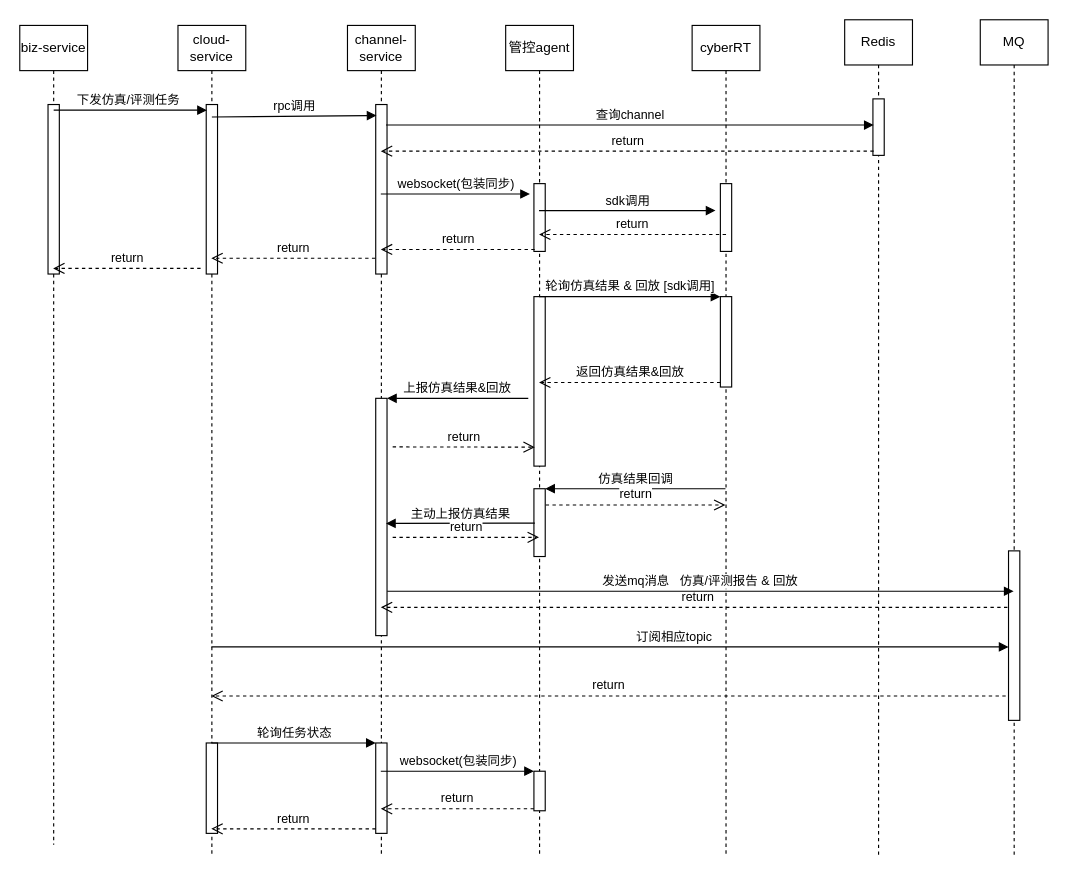
The draw.io diagram page "第 0 页" (1 of 6) of 调度时序图.drawio in adwars/adwars, before the edit. Source tidied: cells renumbered, new cells numbered last; positions are measured from the earlier drawing's top-left corner, leaving out a move shared by most shapes. Both pictures are drawn from the tidied source at 113%, with x=0, y=0 at pixel (19, 19).
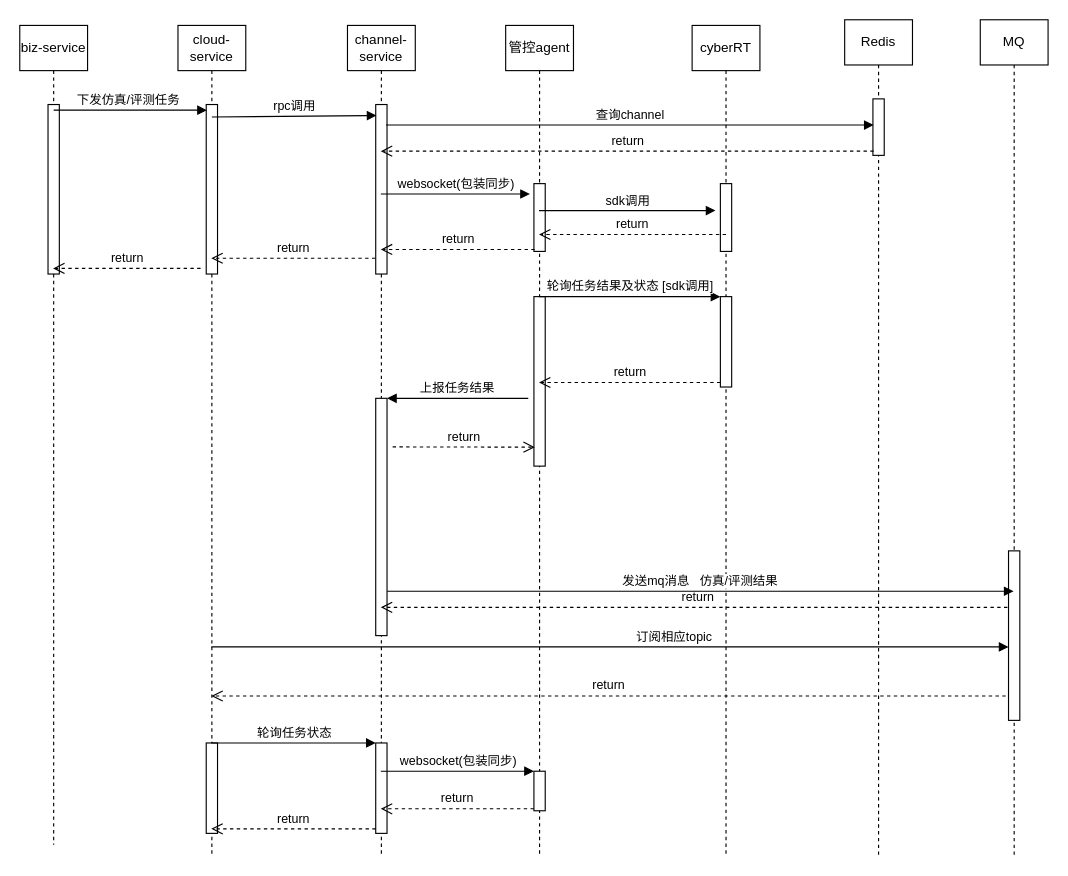
The same page after the edit.

The change refers to these unchanged cells:
```xml
<mxCell id="7" style="html=1;points=[];perimeter=orthogonalPerimeter;" parent="5" vertex="1">
  <mxGeometry x="25" y="330" width="10" height="210" as="geometry" />
</mxCell>
<mxCell id="9" value="管控agent" style="shape=umlLifeline;perimeter=lifelinePerimeter;whiteSpace=wrap;html=1;outlineConnect=0;" parent="1" vertex="1">
  <mxGeometry x="430" y="5" width="60" height="735" as="geometry" />
</mxCell>
<mxCell id="14" value="cyberRT" style="shape=umlLifeline;perimeter=lifelinePerimeter;whiteSpace=wrap;html=1;outlineConnect=0;" parent="1" vertex="1">
  <mxGeometry x="595" y="5" width="60" height="735" as="geometry" />
</mxCell>
<mxCell id="16" style="html=1;points=[];perimeter=orthogonalPerimeter;" parent="14" vertex="1">
  <mxGeometry x="25" y="240" width="10" height="80" as="geometry" />
</mxCell>
<mxCell id="40" value="MQ" style="shape=umlLifeline;perimeter=lifelinePerimeter;whiteSpace=wrap;html=1;outlineConnect=0;" parent="1" vertex="1">
  <mxGeometry x="850" width="60" height="740" as="geometry" />
</mxCell>
```

Diff of the diagram source:
```diff
@@
-    <mxCell id="12" style="html=1;points=[];perimeter=orthogonalPerimeter;" parent="9" vertex="1">
-      <mxGeometry x="25" y="410" width="10" height="60" as="geometry" />
-    </mxCell>
@@
-    <mxCell id="25" value="轮询仿真结果 &amp;amp; 回放 [sdk调用]" style="html=1;verticalAlign=bottom;endArrow=block;entryX=0;entryY=0;rounded=0;" parent="1" edge="1" source="9" target="16">
+    <mxCell id="25" value="轮询任务结果及状态 [sdk调用]" style="html=1;verticalAlign=bottom;endArrow=block;entryX=0;entryY=0;rounded=0;" parent="1" edge="1" source="9" target="16">
       <mxGeometry relative="1" as="geometry" />
     </mxCell>
-    <mxCell id="26" value="返回仿真结果&amp;amp;回放" style="html=1;verticalAlign=bottom;endArrow=open;dashed=1;endSize=8;exitX=0;exitY=0.95;rounded=0;" parent="1" edge="1" source="16" target="9">
+    <mxCell id="26" value="return" style="html=1;verticalAlign=bottom;endArrow=open;dashed=1;endSize=8;exitX=0;exitY=0.95;rounded=0;" parent="1" edge="1" source="16" target="9">
       <mxGeometry relative="1" as="geometry" />
     </mxCell>
-    <mxCell id="27" value="上报仿真结果&amp;amp;回放" style="html=1;verticalAlign=bottom;endArrow=block;entryX=1;entryY=0;rounded=0;endSize=6;startSize=6;" parent="1" edge="1" target="7">
+    <mxCell id="27" value="上报任务结果" style="html=1;verticalAlign=bottom;endArrow=block;entryX=1;entryY=0;rounded=0;endSize=6;startSize=6;" parent="1" edge="1" target="7">
       <mxGeometry relative="1" as="geometry">
         <mxPoint x="450" y="335" as="sourcePoint" />
       </mxGeometry>
     </mxCell>
@@
-    <mxCell id="32" value="仿真结果回调" style="html=1;verticalAlign=bottom;endArrow=block;entryX=1;entryY=0;rounded=0;" parent="1" edge="1" source="14" target="12">
-      <mxGeometry relative="1" as="geometry" />
-    </mxCell>
-    <mxCell id="33" value="return" style="html=1;verticalAlign=bottom;endArrow=open;dashed=1;endSize=8;rounded=0;exitX=1.04;exitY=0.24;exitDx=0;exitDy=0;exitPerimeter=0;" parent="1" edge="1" source="12" target="14">
-      <mxGeometry relative="1" as="geometry" />
-    </mxCell>
-    <mxCell id="34" value="主动上报仿真结果" style="html=1;verticalAlign=bottom;endArrow=block;rounded=0;exitX=0.08;exitY=0.507;exitDx=0;exitDy=0;exitPerimeter=0;entryX=0.911;entryY=0.527;entryDx=0;entryDy=0;entryPerimeter=0;" parent="1" edge="1" source="12" target="7">
-      <mxGeometry relative="1" as="geometry" />
-    </mxCell>
-    <mxCell id="35" value="return" style="html=1;verticalAlign=bottom;endArrow=open;dashed=1;endSize=8;rounded=0;" parent="1" edge="1" target="9">
-      <mxGeometry relative="1" as="geometry">
-        <mxPoint x="330" y="458" as="sourcePoint" />
-      </mxGeometry>
-    </mxCell>
@@
-    <mxCell id="44" value="发送mq消息&amp;nbsp; &amp;nbsp;仿真/评测报告 &amp;amp; 回放" style="html=1;verticalAlign=bottom;endArrow=block;rounded=0;startSize=6;endSize=6;exitX=1.016;exitY=0.813;exitDx=0;exitDy=0;exitPerimeter=0;" parent="1" edge="1" source="7" target="40">
+    <mxCell id="44" value="发送mq消息&amp;nbsp; &amp;nbsp;仿真/评测结果" style="html=1;verticalAlign=bottom;endArrow=block;rounded=0;startSize=6;endSize=6;exitX=1.016;exitY=0.813;exitDx=0;exitDy=0;exitPerimeter=0;" parent="1" edge="1" source="7" target="40">
       <mxGeometry relative="1" as="geometry" />
     </mxCell>
```
